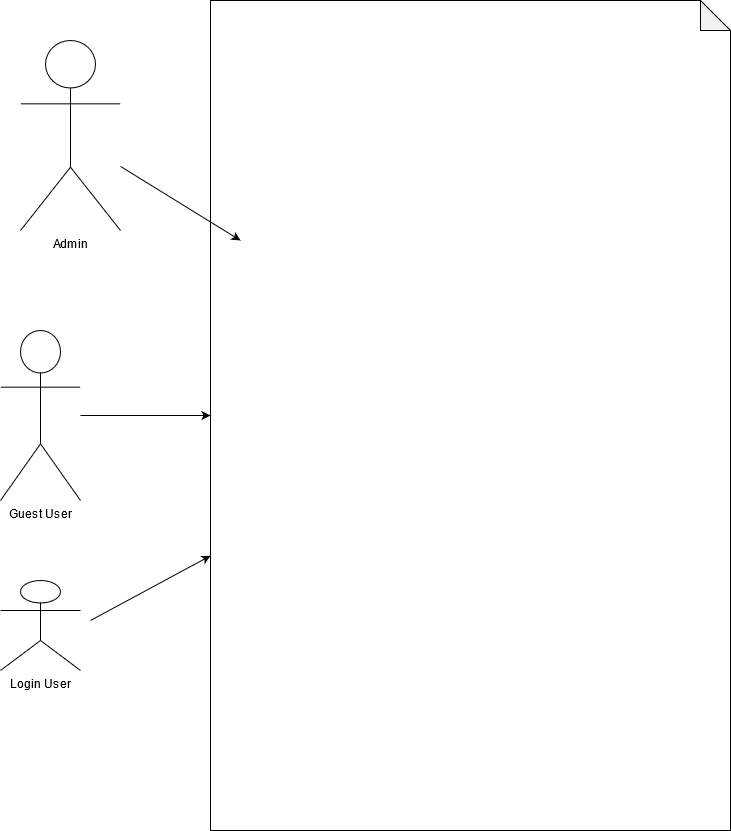
Earlier version of the draw.io export FlowerShopUserStories.png (elubdynasty/FlowerShopConceptproj). Source tidied: cells renumbered, new cells last; positions are measured from the earlier drawing's top-left corner, leaving out a move shared by most shapes. Its diagram source:
```xml
<mxGraphModel>
  <root>
    <mxCell id="0" />
    <mxCell id="1" parent="0" />
    <mxCell id="2" value="Admin" style="shape=umlActor;verticalLabelPosition=bottom;verticalAlign=top;html=1;outlineConnect=0;" parent="1" vertex="1">
      <mxGeometry x="20" y="40" width="100" height="190" as="geometry" />
    </mxCell>
    <mxCell id="3" style="shape=note;whiteSpace=wrap;html=1;backgroundOutline=1;darkOpacity=0.05;" parent="1" vertex="1">
      <mxGeometry x="210" width="520" height="830" as="geometry" />
    </mxCell>
    <mxCell id="4" style="endArrow=classic;html=1;" parent="1" edge="1" source="2">
      <mxGeometry relative="1" as="geometry">
        <mxPoint x="240" y="240" as="targetPoint" />
      </mxGeometry>
    </mxCell>
    <mxCell id="5" value="Guest User" style="shape=umlActor;verticalLabelPosition=bottom;verticalAlign=top;html=1;outlineConnect=0;" parent="1" vertex="1">
      <mxGeometry y="330" width="80" height="170" as="geometry" />
    </mxCell>
    <mxCell id="6" style="endArrow=classic;html=1;" parent="1" edge="1" source="5" target="3">
      <mxGeometry relative="1" as="geometry" />
    </mxCell>
    <mxCell id="7" value="Login User " style="shape=umlActor;verticalLabelPosition=bottom;verticalAlign=top;html=1;" parent="1" vertex="1">
      <mxGeometry y="580" width="80" height="90" as="geometry" />
    </mxCell>
    <mxCell id="8" style="endArrow=classic;html=1;" parent="1" edge="1" target="3">
      <mxGeometry relative="1" as="geometry">
        <mxPoint x="90" y="620" as="sourcePoint" />
      </mxGeometry>
    </mxCell>
  </root>
</mxGraphModel>
```
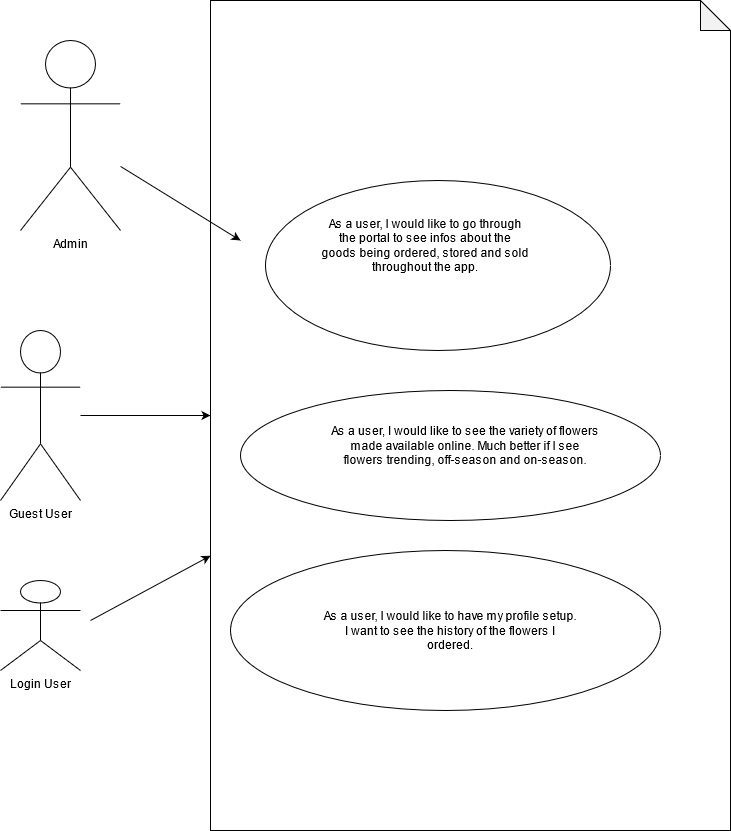
The same diagram one commit later.

Diff of the diagram source:
```diff
@@ -27,5 +27,23 @@
         <mxPoint x="90" y="620" as="sourcePoint" />
       </mxGeometry>
     </mxCell>
+    <mxCell id="9" style="ellipse;whiteSpace=wrap;html=1;" parent="1" vertex="1">
+      <mxGeometry x="265" y="180" width="345" height="170" as="geometry" />
+    </mxCell>
+    <mxCell id="10" value="&lt;div&gt;As a user, I would like to go through &lt;br&gt;&lt;/div&gt;&lt;div&gt;the portal to see infos about the &lt;br&gt;&lt;/div&gt;&lt;div&gt;goods being ordered, stored and sold&lt;/div&gt;&lt;div&gt;throughout the app.&lt;br&gt; &lt;/div&gt;" style="text;html=1;strokeColor=none;fillColor=none;align=center;verticalAlign=middle;whiteSpace=wrap;rounded=0;" parent="1" vertex="1">
+      <mxGeometry x="320" y="200" width="210" height="90" as="geometry" />
+    </mxCell>
+    <mxCell id="11" style="ellipse;whiteSpace=wrap;html=1;" parent="1" vertex="1">
+      <mxGeometry x="240" y="390" width="420" height="130" as="geometry" />
+    </mxCell>
+    <mxCell id="12" value="As a user, I would like to see the variety of flowers made available online. Much better if I see flowers trending, off-season and on-season. " style="text;html=1;strokeColor=none;fillColor=none;align=center;verticalAlign=middle;whiteSpace=wrap;rounded=0;" parent="1" vertex="1">
+      <mxGeometry x="330" y="420" width="270" height="50" as="geometry" />
+    </mxCell>
+    <mxCell id="13" style="ellipse;whiteSpace=wrap;html=1;" parent="1" vertex="1">
+      <mxGeometry x="230" y="550" width="430" height="160" as="geometry" />
+    </mxCell>
+    <mxCell id="14" value="As a user, I would like to have my profile setup. I want to see the history of the flowers I ordered. " style="text;html=1;strokeColor=none;fillColor=none;align=center;verticalAlign=middle;whiteSpace=wrap;rounded=0;" parent="1" vertex="1">
+      <mxGeometry x="320" y="620" width="260" height="20" as="geometry" />
+    </mxCell>
   </root>
 </mxGraphModel>
```
